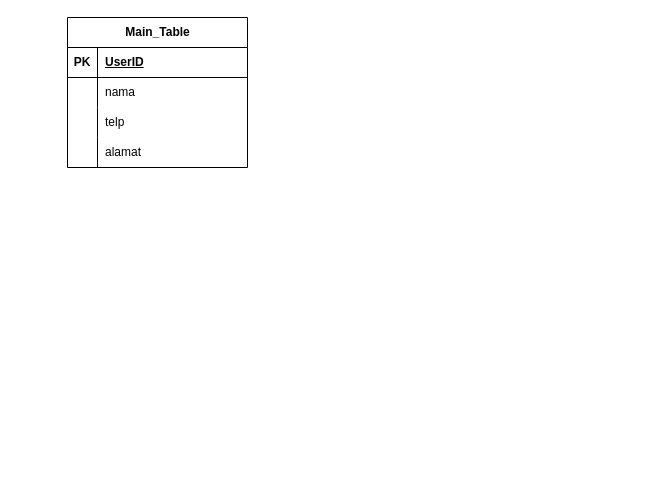
Earlier version of the draw.io diagram RelationalTable.drawio (RilSteel/graph). Source tidied: cells renumbered, new cells numbered last; positions are measured from the earlier drawing's top-left corner, leaving out a move shared by most shapes. Both pictures are drawn from the tidied source at 100%, with x=0, y=0 at pixel (67, 17).
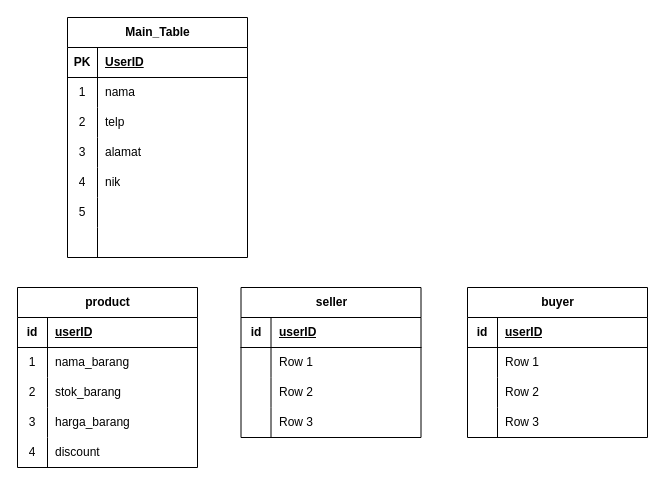
After the change.

The change refers to these unchanged cells:
```xml
<mxCell id="6" style="shape=tableRow;horizontal=0;startSize=0;swimlaneHead=0;swimlaneBody=0;fillColor=none;top=0;left=0;right=0;bottom=0;" parent="2" vertex="1">
  <mxGeometry y="60" width="180" height="30" as="geometry" />
</mxCell>
<mxCell id="9" style="shape=tableRow;horizontal=0;startSize=0;swimlaneHead=0;swimlaneBody=0;fillColor=none;top=0;left=0;right=0;bottom=0;" parent="2" vertex="1">
  <mxGeometry y="90" width="180" height="30" as="geometry" />
</mxCell>
<mxCell id="12" style="shape=tableRow;horizontal=0;startSize=0;swimlaneHead=0;swimlaneBody=0;fillColor=none;top=0;left=0;right=0;bottom=0;" parent="2" vertex="1">
  <mxGeometry y="120" width="180" height="30" as="geometry" />
</mxCell>
```

Change to the diagram source:
```diff
@@
     <mxCell id="2" value="Main_Table" style="shape=table;startSize=30;childLayout=tableLayout;rowLines=0;fontStyle=1;align=center;html=1;" parent="1" vertex="1">
-      <mxGeometry width="180" height="150" as="geometry" />
+      <mxGeometry width="180" height="240" as="geometry" />
     </mxCell>
@@
-    <mxCell id="7" style="shape=partialRectangle;fillColor=none;top=0;left=0;bottom=0;right=0;overflow=hidden;whiteSpace=wrap;html=1;" parent="6" vertex="1">
+    <mxCell id="7" value="1" style="shape=partialRectangle;fillColor=none;top=0;left=0;bottom=0;right=0;overflow=hidden;whiteSpace=wrap;html=1;" parent="6" vertex="1">
       <mxGeometry width="30" height="30" as="geometry" />
     </mxCell>
@@
-    <mxCell id="10" style="shape=partialRectangle;fillColor=none;top=0;left=0;bottom=0;right=0;overflow=hidden;whiteSpace=wrap;html=1;" parent="9" vertex="1">
+    <mxCell id="10" value="2" style="shape=partialRectangle;fillColor=none;top=0;left=0;bottom=0;right=0;overflow=hidden;whiteSpace=wrap;html=1;" parent="9" vertex="1">
       <mxGeometry width="30" height="30" as="geometry" />
     </mxCell>
@@
-    <mxCell id="13" style="shape=partialRectangle;fillColor=none;top=0;left=0;bottom=0;right=0;overflow=hidden;whiteSpace=wrap;html=1;" parent="12" vertex="1">
+    <mxCell id="13" value="3" style="shape=partialRectangle;fillColor=none;top=0;left=0;bottom=0;right=0;overflow=hidden;whiteSpace=wrap;html=1;" parent="12" vertex="1">
       <mxGeometry width="30" height="30" as="geometry" />
     </mxCell>
@@
+    <mxCell id="15" style="shape=tableRow;horizontal=0;startSize=0;swimlaneHead=0;swimlaneBody=0;fillColor=none;top=0;left=0;right=0;bottom=0;" parent="2" vertex="1">
+      <mxGeometry y="150" width="180" height="30" as="geometry" />
+    </mxCell>
+    <mxCell id="16" value="4" style="shape=partialRectangle;fillColor=none;top=0;left=0;bottom=0;right=0;overflow=hidden;whiteSpace=wrap;html=1;" parent="15" vertex="1">
+      <mxGeometry width="30" height="30" as="geometry" />
+    </mxCell>
+    <mxCell id="17" value="nik" style="shape=partialRectangle;fillColor=none;top=0;left=0;bottom=0;right=0;align=left;spacingLeft=6;overflow=hidden;whiteSpace=wrap;html=1;" parent="15" vertex="1">
+      <mxGeometry x="30" width="150" height="30" as="geometry" />
+    </mxCell>
+    <mxCell id="18" style="shape=tableRow;horizontal=0;startSize=0;swimlaneHead=0;swimlaneBody=0;fillColor=none;top=0;left=0;right=0;bottom=0;" parent="2" vertex="1">
+      <mxGeometry y="180" width="180" height="30" as="geometry" />
+    </mxCell>
+    <mxCell id="19" value="5" style="shape=partialRectangle;fillColor=none;top=0;left=0;bottom=0;right=0;overflow=hidden;whiteSpace=wrap;html=1;" parent="18" vertex="1">
+      <mxGeometry width="30" height="30" as="geometry" />
+    </mxCell>
+    <mxCell id="20" style="shape=partialRectangle;fillColor=none;top=0;left=0;bottom=0;right=0;align=left;spacingLeft=6;overflow=hidden;whiteSpace=wrap;html=1;" parent="18" vertex="1">
+      <mxGeometry x="30" width="150" height="30" as="geometry" />
+    </mxCell>
+    <mxCell id="21" style="shape=tableRow;horizontal=0;startSize=0;swimlaneHead=0;swimlaneBody=0;fillColor=none;top=0;left=0;right=0;bottom=0;" parent="2" vertex="1">
+      <mxGeometry y="210" width="180" height="30" as="geometry" />
+    </mxCell>
+    <mxCell id="22" style="shape=partialRectangle;fillColor=none;top=0;left=0;bottom=0;right=0;overflow=hidden;whiteSpace=wrap;html=1;" parent="21" vertex="1">
+      <mxGeometry width="30" height="30" as="geometry" />
+    </mxCell>
+    <mxCell id="23" style="shape=partialRectangle;fillColor=none;top=0;left=0;bottom=0;right=0;align=left;spacingLeft=6;overflow=hidden;whiteSpace=wrap;html=1;" parent="21" vertex="1">
+      <mxGeometry x="30" width="150" height="30" as="geometry" />
+    </mxCell>
+    <mxCell id="24" value="buyer" style="shape=table;startSize=30;childLayout=tableLayout;rowLines=0;fontStyle=1;align=center;html=1;" parent="1" vertex="1">
+      <mxGeometry x="400" y="270" width="180" height="150" as="geometry" />
+    </mxCell>
+    <mxCell id="25" style="shape=tableRow;horizontal=0;startSize=0;swimlaneHead=0;swimlaneBody=0;fillColor=none;top=0;left=0;right=0;bottom=1;" parent="24" vertex="1">
+      <mxGeometry y="30" width="180" height="30" as="geometry" />
+    </mxCell>
+    <mxCell id="26" value="id" style="shape=partialRectangle;fillColor=none;top=0;left=0;bottom=0;right=0;fontStyle=1;overflow=hidden;whiteSpace=wrap;html=1;" parent="25" vertex="1">
+      <mxGeometry width="30" height="30" as="geometry" />
+    </mxCell>
+    <mxCell id="27" value="userID" style="shape=partialRectangle;fillColor=none;top=0;left=0;bottom=0;right=0;align=left;spacingLeft=6;fontStyle=5;overflow=hidden;whiteSpace=wrap;html=1;" parent="25" vertex="1">
+      <mxGeometry x="30" width="150" height="30" as="geometry" />
+    </mxCell>
+    <mxCell id="28" style="shape=tableRow;horizontal=0;startSize=0;swimlaneHead=0;swimlaneBody=0;fillColor=none;top=0;left=0;right=0;bottom=0;" parent="24" vertex="1">
+      <mxGeometry y="60" width="180" height="30" as="geometry" />
+    </mxCell>
+    <mxCell id="29" style="shape=partialRectangle;fillColor=none;top=0;left=0;bottom=0;right=0;overflow=hidden;whiteSpace=wrap;html=1;" parent="28" vertex="1">
+      <mxGeometry width="30" height="30" as="geometry" />
+    </mxCell>
+    <mxCell id="30" value="Row 1" style="shape=partialRectangle;fillColor=none;top=0;left=0;bottom=0;right=0;align=left;spacingLeft=6;overflow=hidden;whiteSpace=wrap;html=1;" parent="28" vertex="1">
+      <mxGeometry x="30" width="150" height="30" as="geometry" />
+    </mxCell>
+    <mxCell id="31" style="shape=tableRow;horizontal=0;startSize=0;swimlaneHead=0;swimlaneBody=0;fillColor=none;top=0;left=0;right=0;bottom=0;" parent="24" vertex="1">
+      <mxGeometry y="90" width="180" height="30" as="geometry" />
+    </mxCell>
+    <mxCell id="32" style="shape=partialRectangle;fillColor=none;top=0;left=0;bottom=0;right=0;overflow=hidden;whiteSpace=wrap;html=1;" parent="31" vertex="1">
+      <mxGeometry width="30" height="30" as="geometry" />
+    </mxCell>
+    <mxCell id="33" value="Row 2" style="shape=partialRectangle;fillColor=none;top=0;left=0;bottom=0;right=0;align=left;spacingLeft=6;overflow=hidden;whiteSpace=wrap;html=1;" parent="31" vertex="1">
+      <mxGeometry x="30" width="150" height="30" as="geometry" />
+    </mxCell>
+    <mxCell id="34" style="shape=tableRow;horizontal=0;startSize=0;swimlaneHead=0;swimlaneBody=0;fillColor=none;top=0;left=0;right=0;bottom=0;" parent="24" vertex="1">
+      <mxGeometry y="120" width="180" height="30" as="geometry" />
+    </mxCell>
+    <mxCell id="35" style="shape=partialRectangle;fillColor=none;top=0;left=0;bottom=0;right=0;overflow=hidden;whiteSpace=wrap;html=1;" parent="34" vertex="1">
+      <mxGeometry width="30" height="30" as="geometry" />
+    </mxCell>
+    <mxCell id="36" value="Row 3" style="shape=partialRectangle;fillColor=none;top=0;left=0;bottom=0;right=0;align=left;spacingLeft=6;overflow=hidden;whiteSpace=wrap;html=1;" parent="34" vertex="1">
+      <mxGeometry x="30" width="150" height="30" as="geometry" />
+    </mxCell>
+    <mxCell id="37" value="seller" style="shape=table;startSize=30;childLayout=tableLayout;rowLines=0;fontStyle=1;align=center;html=1;" parent="1" vertex="1">
+      <mxGeometry x="173.5" y="270" width="180" height="150" as="geometry" />
+    </mxCell>
+    <mxCell id="38" style="shape=tableRow;horizontal=0;startSize=0;swimlaneHead=0;swimlaneBody=0;fillColor=none;top=0;left=0;right=0;bottom=1;" parent="37" vertex="1">
+      <mxGeometry y="30" width="180" height="30" as="geometry" />
+    </mxCell>
+    <mxCell id="39" value="id" style="shape=partialRectangle;fillColor=none;top=0;left=0;bottom=0;right=0;fontStyle=1;overflow=hidden;whiteSpace=wrap;html=1;" parent="38" vertex="1">
+      <mxGeometry width="30" height="30" as="geometry" />
+    </mxCell>
+    <mxCell id="40" value="userID" style="shape=partialRectangle;fillColor=none;top=0;left=0;bottom=0;right=0;align=left;spacingLeft=6;fontStyle=5;overflow=hidden;whiteSpace=wrap;html=1;" parent="38" vertex="1">
+      <mxGeometry x="30" width="150" height="30" as="geometry" />
+    </mxCell>
+    <mxCell id="41" style="shape=tableRow;horizontal=0;startSize=0;swimlaneHead=0;swimlaneBody=0;fillColor=none;top=0;left=0;right=0;bottom=0;" parent="37" vertex="1">
+      <mxGeometry y="60" width="180" height="30" as="geometry" />
+    </mxCell>
+    <mxCell id="42" style="shape=partialRectangle;fillColor=none;top=0;left=0;bottom=0;right=0;overflow=hidden;whiteSpace=wrap;html=1;" parent="41" vertex="1">
+      <mxGeometry width="30" height="30" as="geometry" />
+    </mxCell>
+    <mxCell id="43" value="Row 1" style="shape=partialRectangle;fillColor=none;top=0;left=0;bottom=0;right=0;align=left;spacingLeft=6;overflow=hidden;whiteSpace=wrap;html=1;" parent="41" vertex="1">
+      <mxGeometry x="30" width="150" height="30" as="geometry" />
+    </mxCell>
+    <mxCell id="44" style="shape=tableRow;horizontal=0;startSize=0;swimlaneHead=0;swimlaneBody=0;fillColor=none;top=0;left=0;right=0;bottom=0;" parent="37" vertex="1">
+      <mxGeometry y="90" width="180" height="30" as="geometry" />
+    </mxCell>
+    <mxCell id="45" style="shape=partialRectangle;fillColor=none;top=0;left=0;bottom=0;right=0;overflow=hidden;whiteSpace=wrap;html=1;" parent="44" vertex="1">
+      <mxGeometry width="30" height="30" as="geometry" />
+    </mxCell>
+    <mxCell id="46" value="Row 2" style="shape=partialRectangle;fillColor=none;top=0;left=0;bottom=0;right=0;align=left;spacingLeft=6;overflow=hidden;whiteSpace=wrap;html=1;" parent="44" vertex="1">
+      <mxGeometry x="30" width="150" height="30" as="geometry" />
+    </mxCell>
+    <mxCell id="47" style="shape=tableRow;horizontal=0;startSize=0;swimlaneHead=0;swimlaneBody=0;fillColor=none;top=0;left=0;right=0;bottom=0;" parent="37" vertex="1">
+      <mxGeometry y="120" width="180" height="30" as="geometry" />
+    </mxCell>
+    <mxCell id="48" style="shape=partialRectangle;fillColor=none;top=0;left=0;bottom=0;right=0;overflow=hidden;whiteSpace=wrap;html=1;" parent="47" vertex="1">
+      <mxGeometry width="30" height="30" as="geometry" />
+    </mxCell>
+    <mxCell id="49" value="Row 3" style="shape=partialRectangle;fillColor=none;top=0;left=0;bottom=0;right=0;align=left;spacingLeft=6;overflow=hidden;whiteSpace=wrap;html=1;" parent="47" vertex="1">
+      <mxGeometry x="30" width="150" height="30" as="geometry" />
+    </mxCell>
+    <mxCell id="50" value="product" style="shape=table;startSize=30;childLayout=tableLayout;rowLines=0;fontStyle=1;align=center;html=1;" parent="1" vertex="1">
+      <mxGeometry x="-50" y="270" width="180" height="180" as="geometry" />
+    </mxCell>
+    <mxCell id="51" style="shape=tableRow;horizontal=0;startSize=0;swimlaneHead=0;swimlaneBody=0;fillColor=none;top=0;left=0;right=0;bottom=1;" parent="50" vertex="1">
+      <mxGeometry y="30" width="180" height="30" as="geometry" />
+    </mxCell>
+    <mxCell id="52" value="id" style="shape=partialRectangle;fillColor=none;top=0;left=0;bottom=0;right=0;fontStyle=1;overflow=hidden;whiteSpace=wrap;html=1;" parent="51" vertex="1">
+      <mxGeometry width="30" height="30" as="geometry" />
+    </mxCell>
+    <mxCell id="53" value="userID" style="shape=partialRectangle;fillColor=none;top=0;left=0;bottom=0;right=0;align=left;spacingLeft=6;fontStyle=5;overflow=hidden;whiteSpace=wrap;html=1;" parent="51" vertex="1">
+      <mxGeometry x="30" width="150" height="30" as="geometry" />
+    </mxCell>
+    <mxCell id="54" style="shape=tableRow;horizontal=0;startSize=0;swimlaneHead=0;swimlaneBody=0;fillColor=none;top=0;left=0;right=0;bottom=0;" parent="50" vertex="1">
+      <mxGeometry y="60" width="180" height="30" as="geometry" />
+    </mxCell>
+    <mxCell id="55" value="1" style="shape=partialRectangle;fillColor=none;top=0;left=0;bottom=0;right=0;overflow=hidden;whiteSpace=wrap;html=1;" parent="54" vertex="1">
+      <mxGeometry width="30" height="30" as="geometry" />
+    </mxCell>
+    <mxCell id="56" value="nama_barang" style="shape=partialRectangle;fillColor=none;top=0;left=0;bottom=0;right=0;align=left;spacingLeft=6;overflow=hidden;whiteSpace=wrap;html=1;" parent="54" vertex="1">
+      <mxGeometry x="30" width="150" height="30" as="geometry" />
+    </mxCell>
+    <mxCell id="57" style="shape=tableRow;horizontal=0;startSize=0;swimlaneHead=0;swimlaneBody=0;fillColor=none;top=0;left=0;right=0;bottom=0;" parent="50" vertex="1">
+      <mxGeometry y="90" width="180" height="30" as="geometry" />
+    </mxCell>
+    <mxCell id="58" value="2" style="shape=partialRectangle;fillColor=none;top=0;left=0;bottom=0;right=0;overflow=hidden;whiteSpace=wrap;html=1;" parent="57" vertex="1">
+      <mxGeometry width="30" height="30" as="geometry" />
+    </mxCell>
+    <mxCell id="59" value="stok_barang" style="shape=partialRectangle;fillColor=none;top=0;left=0;bottom=0;right=0;align=left;spacingLeft=6;overflow=hidden;whiteSpace=wrap;html=1;" parent="57" vertex="1">
+      <mxGeometry x="30" width="150" height="30" as="geometry" />
+    </mxCell>
+    <mxCell id="60" style="shape=tableRow;horizontal=0;startSize=0;swimlaneHead=0;swimlaneBody=0;fillColor=none;top=0;left=0;right=0;bottom=0;" parent="50" vertex="1">
+      <mxGeometry y="120" width="180" height="30" as="geometry" />
+    </mxCell>
+    <mxCell id="61" value="3" style="shape=partialRectangle;fillColor=none;top=0;left=0;bottom=0;right=0;overflow=hidden;whiteSpace=wrap;html=1;" parent="60" vertex="1">
+      <mxGeometry width="30" height="30" as="geometry" />
+    </mxCell>
+    <mxCell id="62" value="harga_barang" style="shape=partialRectangle;fillColor=none;top=0;left=0;bottom=0;right=0;align=left;spacingLeft=6;overflow=hidden;whiteSpace=wrap;html=1;" parent="60" vertex="1">
+      <mxGeometry x="30" width="150" height="30" as="geometry" />
+    </mxCell>
+    <mxCell id="63" style="shape=tableRow;horizontal=0;startSize=0;swimlaneHead=0;swimlaneBody=0;fillColor=none;top=0;left=0;right=0;bottom=0;" parent="50" vertex="1">
+      <mxGeometry y="150" width="180" height="30" as="geometry" />
+    </mxCell>
+    <mxCell id="64" value="4" style="shape=partialRectangle;fillColor=none;top=0;left=0;bottom=0;right=0;overflow=hidden;whiteSpace=wrap;html=1;" parent="63" vertex="1">
+      <mxGeometry width="30" height="30" as="geometry" />
+    </mxCell>
+    <mxCell id="65" value="discount" style="shape=partialRectangle;fillColor=none;top=0;left=0;bottom=0;right=0;align=left;spacingLeft=6;overflow=hidden;whiteSpace=wrap;html=1;" parent="63" vertex="1">
+      <mxGeometry x="30" width="150" height="30" as="geometry" />
+    </mxCell>
```
